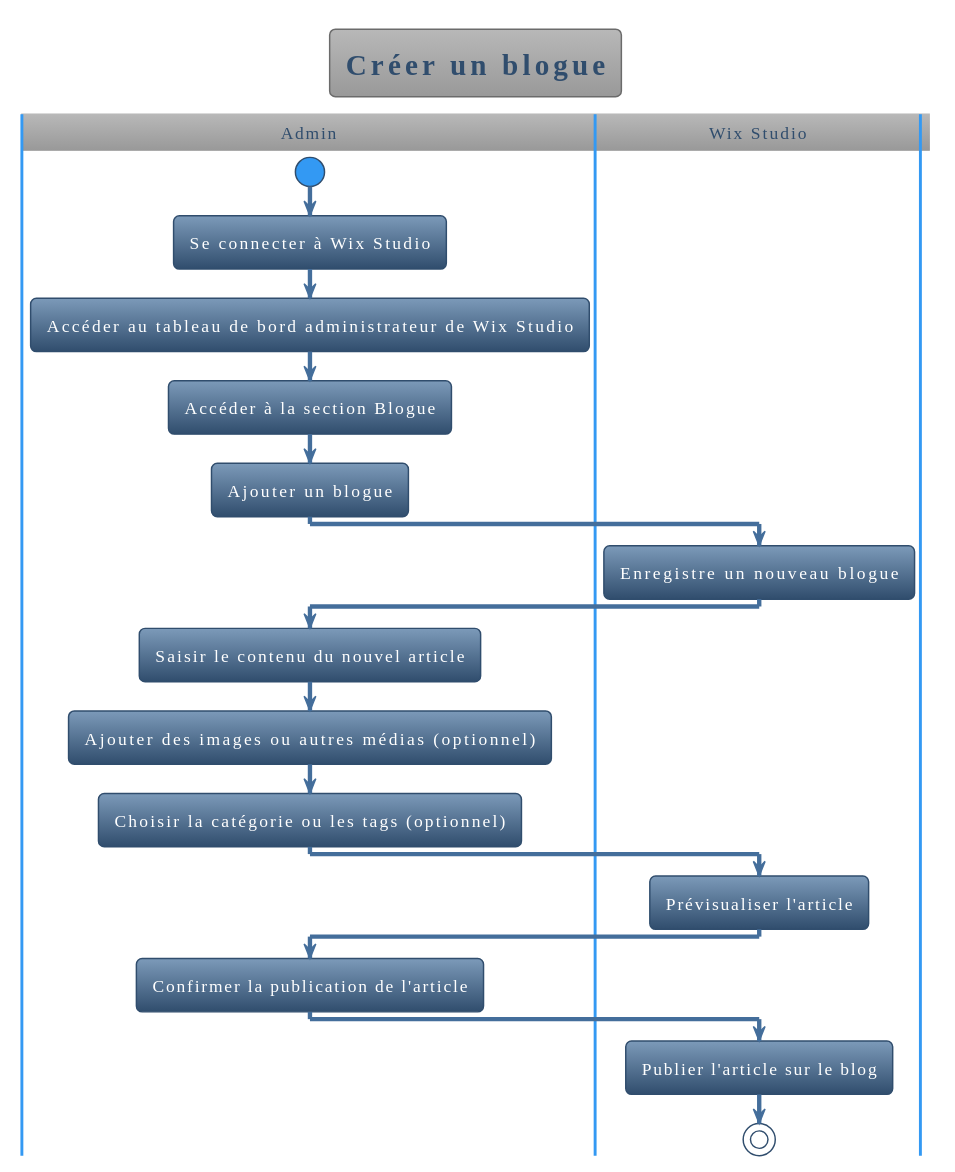
Earlier version of the PlantUML export out/Cu11_blog/Cu11_blog.svg (Jacob-Cossette/GTI510). Its diagram source:
```plantuml
@startuml
!theme spacelab
title Créer un blogue
|Admin|
start
:Se connecter à Wix Studio;
:Accéder au tableau de bord administrateur de Wix Studio;
:Accéder à la section Blogue;
|Admin|
:Ajouter un blogue;
|Wix Studio|
:Enregistre un nouveau blogue;
|Admin|
:Saisir le contenu du nouvel article;
:Ajouter des images ou autres médias (optionnel);
:Choisir la catégorie ou les tags (optionnel);
|Wix Studio|
:Prévisualiser l'article;
|Admin|
:Confirmer la publication de l'article;
|Wix Studio|
:Publier l'article sur le blog;
stop
@enduml
```
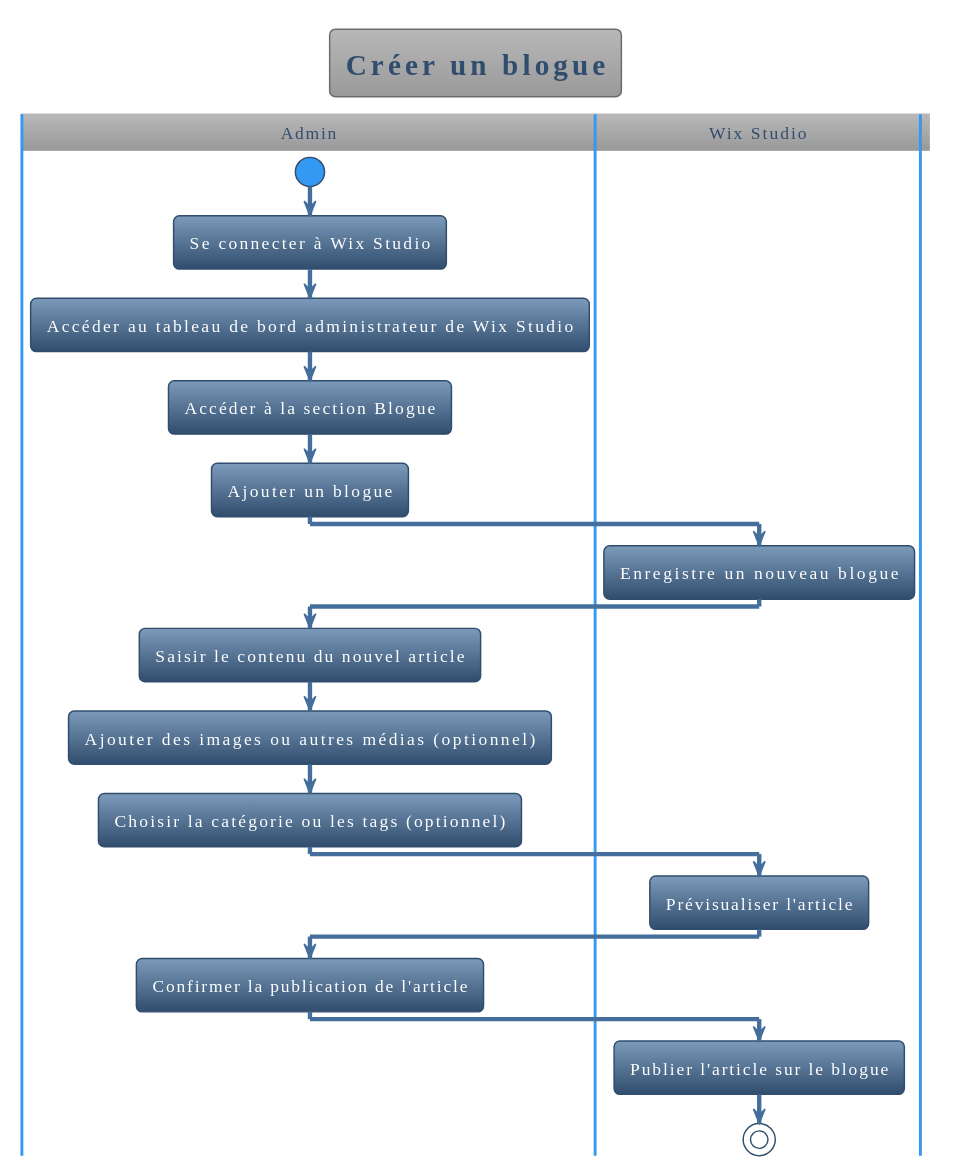
The same diagram one commit later.

Diff of the diagram source:
```diff
@@ -19,6 +19,6 @@
 |Admin|
 :Confirmer la publication de l'article;
 |Wix Studio|
-:Publier l'article sur le blog;
+:Publier l'article sur le blogue;
 stop
 @enduml
```
